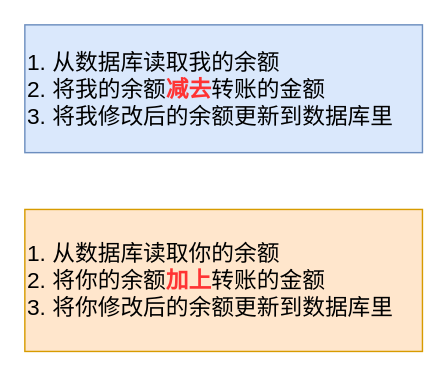
This is mysql/事务隔离/未命名绘图.drawio from xiaolincoder/ImageHost4, a draw.io file, before an edit. Source tidied: cells renumbered, new cells numbered last; positions are measured from the earlier drawing's top-left corner, leaving out a move shared by most shapes. Both pictures are drawn from the tidied source at 142%, with x=0, y=0 at pixel (24, 24).
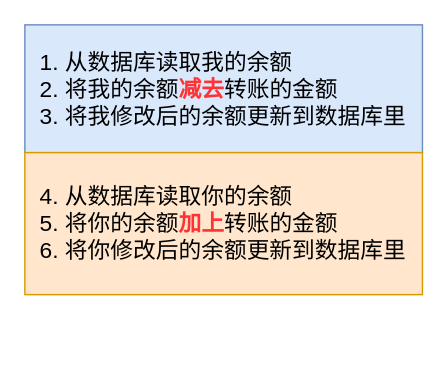
The same diagram, later.

Change to the diagram source:
```diff
@@
 <mxGraphModel>
   <root>
     <mxCell id="0" />
     <mxCell id="1" parent="0" />
-    <mxCell id="2" value="1. 从数据库读取我的余额&lt;br style=&quot;font-size: 16px&quot;&gt;2. 将我的余额&lt;b style=&quot;font-size: 16px&quot;&gt;&lt;font color=&quot;#ff3333&quot;&gt;减去&lt;/font&gt;&lt;/b&gt;转账的金额&lt;br style=&quot;font-size: 16px&quot;&gt;3. 将我修改后的余额更新到数据库里" style="rounded=0;whiteSpace=wrap;html=1;align=left;fillColor=#dae8fc;strokeColor=#6c8ebf;fontSize=16;" parent="1" vertex="1">
+    <mxCell id="2" value="&amp;nbsp; 1. 从数据库读取我的余额&lt;br style=&quot;font-size: 16px&quot;&gt;&amp;nbsp; 2. 将我的余额&lt;b style=&quot;font-size: 16px&quot;&gt;&lt;font color=&quot;#ff3333&quot;&gt;减去&lt;/font&gt;&lt;/b&gt;转账的金额&lt;br style=&quot;font-size: 16px&quot;&gt;&amp;nbsp; 3. 将我修改后的余额更新到数据库里" style="rounded=0;whiteSpace=wrap;html=1;align=left;fillColor=#dae8fc;strokeColor=#6c8ebf;fontSize=16;" parent="1" vertex="1">
       <mxGeometry width="280" height="90" as="geometry" />
     </mxCell>
-    <mxCell id="3" value="1. 从数据库读取你的余额&lt;br style=&quot;font-size: 16px&quot;&gt;2. 将你的余额&lt;b&gt;&lt;font color=&quot;#ff3333&quot;&gt;加上&lt;/font&gt;&lt;/b&gt;转账的金额&lt;br style=&quot;font-size: 16px&quot;&gt;3. 将你修改后的余额更新到数据库里" style="rounded=0;whiteSpace=wrap;html=1;align=left;fillColor=#ffe6cc;strokeColor=#d79b00;fontSize=16;" parent="1" vertex="1">
-      <mxGeometry y="130" width="280" height="100" as="geometry" />
+    <mxCell id="3" value="&amp;nbsp; 4. 从数据库读取你的余额&lt;br style=&quot;font-size: 16px&quot;&gt;&amp;nbsp; 5. 将你的余额&lt;b&gt;&lt;font color=&quot;#ff3333&quot;&gt;加上&lt;/font&gt;&lt;/b&gt;转账的金额&lt;br style=&quot;font-size: 16px&quot;&gt;&amp;nbsp; 6. 将你修改后的余额更新到数据库里" style="rounded=0;whiteSpace=wrap;html=1;align=left;fillColor=#ffe6cc;strokeColor=#d79b00;fontSize=16;" parent="1" vertex="1">
+      <mxGeometry y="90" width="280" height="100" as="geometry" />
     </mxCell>
   </root>
 </mxGraphModel>
```
